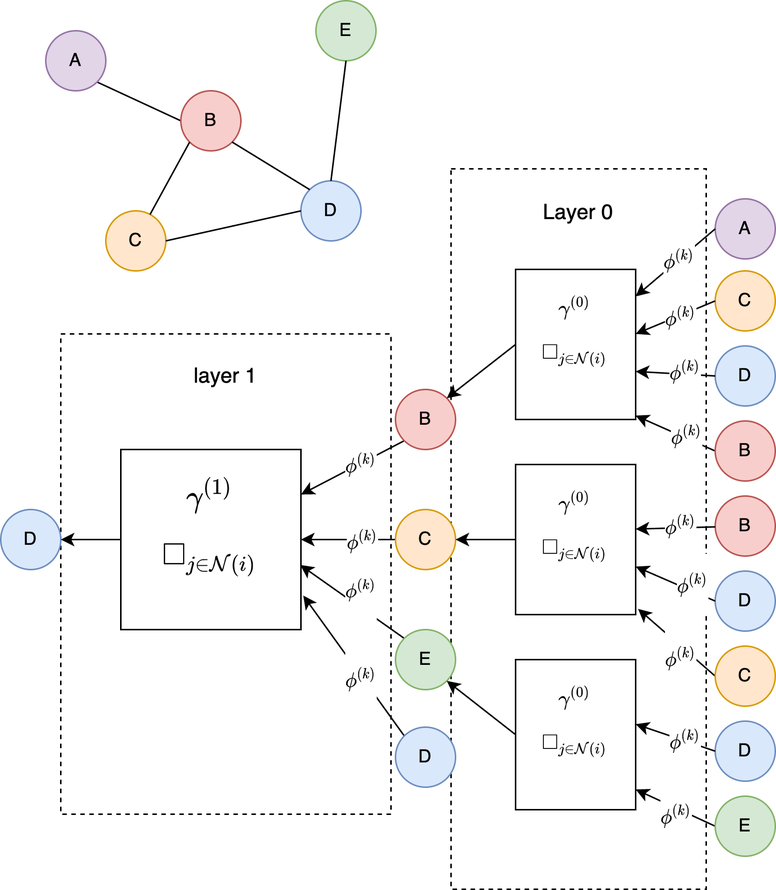
Before: notes/assets/drawio/Message-Passing-Framework.drawio.png, a diagram exported from draw.io (shekharmish/MATH-490-Project). Source tidied: cells renumbered, new cells last; positions are measured from the earlier drawing's top-left corner, leaving out a move shared by most shapes.
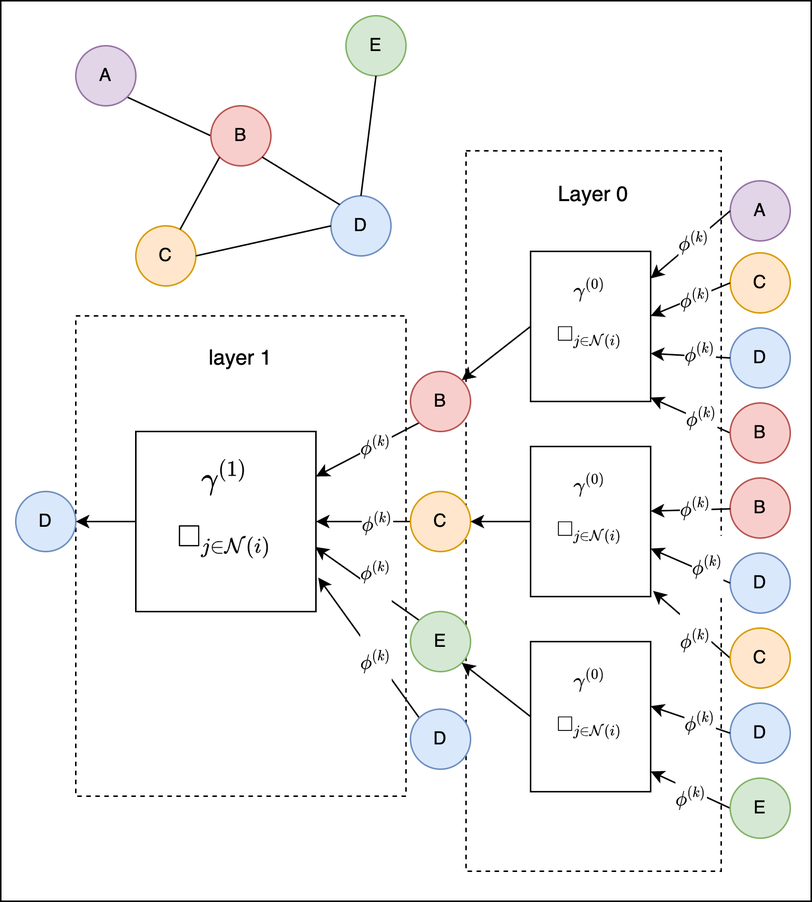
After the commit.

Change to the diagram source:
```diff
@@ -2,6 +2,9 @@
   <root>
     <mxCell id="0" />
     <mxCell id="1" parent="0" />
+    <mxCell id="61" style="rounded=0;whiteSpace=wrap;html=1;" parent="1" vertex="1">
+      <mxGeometry x="-10" y="12" width="540" height="600" as="geometry" />
+    </mxCell>
     <mxCell id="2" value="&lt;font style=&quot;font-size: 14px&quot;&gt;layer 1&lt;/font&gt;&lt;br&gt;&lt;br&gt;&lt;br&gt;&lt;br&gt;&lt;br&gt;&lt;br&gt;&lt;br&gt;&lt;br&gt;&lt;br&gt;&lt;br&gt;&lt;br&gt;&lt;br&gt;&lt;br&gt;&lt;br&gt;&lt;br&gt;&lt;br&gt;&lt;br&gt;&lt;br&gt;&lt;br&gt;&lt;br&gt;&lt;br&gt;" style="rounded=0;whiteSpace=wrap;html=1;dashed=1;fontSize=11;fontColor=#000000;" parent="1" vertex="1">
       <mxGeometry x="40" y="222" width="220" height="320" as="geometry" />
     </mxCell>
@@ -12,19 +15,19 @@
       <mxGeometry relative="1" as="geometry" />
     </mxCell>
     <mxCell id="5" value="A" style="ellipse;whiteSpace=wrap;html=1;fillColor=#e1d5e7;strokeColor=#9673a6;" parent="1" vertex="1">
-      <mxGeometry x="30" y="20" width="40" height="40" as="geometry" />
+      <mxGeometry x="40" y="42" width="40" height="40" as="geometry" />
     </mxCell>
     <mxCell id="6" value="C" style="ellipse;whiteSpace=wrap;html=1;fillColor=#ffe6cc;strokeColor=#d79b00;" parent="1" vertex="1">
-      <mxGeometry x="70" y="140" width="40" height="40" as="geometry" />
+      <mxGeometry x="80" y="162" width="40" height="40" as="geometry" />
     </mxCell>
     <mxCell id="7" value="D" style="ellipse;whiteSpace=wrap;html=1;fillColor=#dae8fc;strokeColor=#6c8ebf;" parent="1" vertex="1">
-      <mxGeometry x="200" y="120" width="40" height="40" as="geometry" />
+      <mxGeometry x="210" y="142" width="40" height="40" as="geometry" />
     </mxCell>
     <mxCell id="8" value="E" style="ellipse;whiteSpace=wrap;html=1;fillColor=#d5e8d4;strokeColor=#82b366;" parent="1" vertex="1">
-      <mxGeometry x="210" width="40" height="40" as="geometry" />
+      <mxGeometry x="220" y="22" width="40" height="40" as="geometry" />
     </mxCell>
     <mxCell id="9" value="B" style="ellipse;whiteSpace=wrap;html=1;fillColor=#f8cecc;strokeColor=#b85450;" parent="1" vertex="1">
-      <mxGeometry x="120" y="60" width="40" height="40" as="geometry" />
+      <mxGeometry x="130" y="82" width="40" height="40" as="geometry" />
     </mxCell>
     <mxCell id="10" style="endArrow=none;html=1;exitX=1;exitY=0.5;exitDx=0;exitDy=0;entryX=0;entryY=0.5;entryDx=0;entryDy=0;" parent="1" edge="1" source="6" target="7">
       <mxGeometry relative="1" as="geometry" />
```
